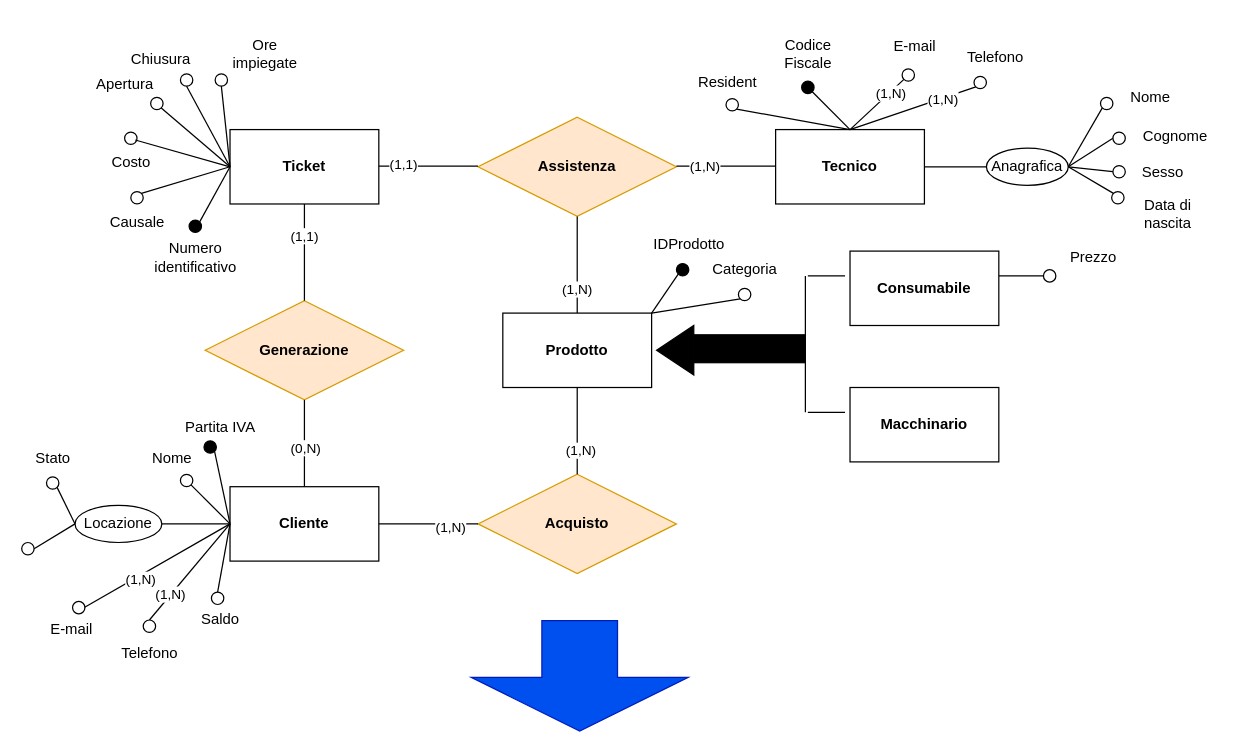
fedeStaffo/Progetto_Basi_di_dati keeps this draw.io diagram as Diagrammi/generalizzazione1.drawio. Above is the earlier version. Source tidied: cells renumbered, new cells numbered last; positions are measured from the earlier drawing's top-left corner, leaving out a move shared by most shapes. Both pictures are drawn from the tidied source at 124%, with x=0, y=0 at pixel (21, 27).
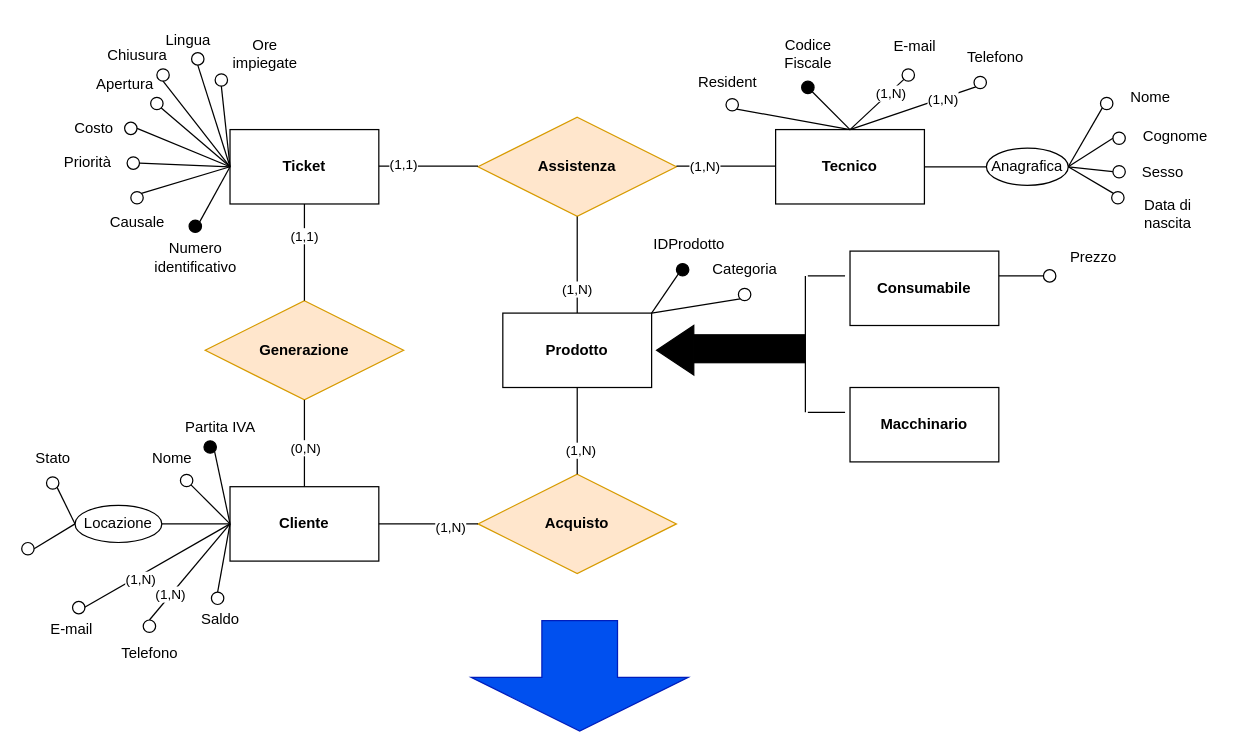
After the change.

The change refers to these unchanged cells:
```xml
<mxCell id="3" value="&lt;b&gt;Ticket&lt;/b&gt;" style="rounded=0;whiteSpace=wrap;html=1;" parent="1" vertex="1">
  <mxGeometry x="168" y="82" width="120" height="60" as="geometry" />
</mxCell>
```

Change to the diagram source:
```diff
@@
     <mxCell id="97" value="Chiusura" style="text;html=1;align=center;verticalAlign=middle;strokeColor=none;fillColor=none;" parent="1" vertex="1">
-      <mxGeometry x="79" y="12.5" width="66" height="26" as="geometry" />
+      <mxGeometry x="60" y="8.5" width="66" height="26" as="geometry" />
     </mxCell>
@@
     <mxCell id="99" style="ellipse;whiteSpace=wrap;html=1;" parent="1" vertex="1">
-      <mxGeometry x="83" y="84" width="10" height="10" as="geometry" />
+      <mxGeometry x="83" y="76" width="10" height="10" as="geometry" />
     </mxCell>
     <mxCell id="100" value="Costo" style="text;html=1;align=center;verticalAlign=middle;points=[];strokeColor=none;fillColor=none;" parent="1" vertex="1">
-      <mxGeometry x="63" y="94" width="50" height="30" as="geometry" />
+      <mxGeometry x="33" y="66" width="50" height="30" as="geometry" />
     </mxCell>
     <mxCell id="101" style="ellipse;whiteSpace=wrap;html=1;" parent="1" vertex="1">
-      <mxGeometry x="128" y="37" width="10" height="10" as="geometry" />
+      <mxGeometry x="109" y="33" width="10" height="10" as="geometry" />
     </mxCell>
@@
-    <mxCell id="105" style="endArrow=none;html=1;rounded=0;exitX=0;exitY=0.5;exitDx=0;exitDy=0;entryX=0.572;entryY=-0.12;entryDx=0;entryDy=0;entryPerimeter=0;" parent="1" edge="1" source="3" target="100">
-      <mxGeometry relative="1" as="geometry" />
-    </mxCell>
@@
+    <mxCell id="110" style="ellipse;whiteSpace=wrap;html=1;" parent="1" vertex="1">
+      <mxGeometry x="85" y="104" width="10" height="10" as="geometry" />
+    </mxCell>
+    <mxCell id="111" value="Priorità" style="text;html=1;align=center;verticalAlign=middle;strokeColor=none;fillColor=none;" parent="1" vertex="1">
+      <mxGeometry x="23" y="94" width="60" height="30" as="geometry" />
+    </mxCell>
+    <mxCell id="112" style="endArrow=none;html=1;rounded=0;exitX=1;exitY=0.5;exitDx=0;exitDy=0;entryX=0;entryY=0.5;entryDx=0;entryDy=0;" parent="1" edge="1" source="110" target="3">
+      <mxGeometry relative="1" as="geometry" />
+    </mxCell>
+    <mxCell id="113" style="endArrow=none;html=1;rounded=0;exitX=1;exitY=0.5;exitDx=0;exitDy=0;entryX=0;entryY=0.5;entryDx=0;entryDy=0;" parent="1" edge="1" source="99" target="3">
+      <mxGeometry relative="1" as="geometry" />
+    </mxCell>
+    <mxCell id="114" value="Lingua" style="text;html=1;align=center;verticalAlign=middle;strokeColor=none;fillColor=none;" parent="1" vertex="1">
+      <mxGeometry x="104" y="-5" width="60" height="30" as="geometry" />
+    </mxCell>
+    <mxCell id="115" style="ellipse;whiteSpace=wrap;html=1;" parent="1" vertex="1">
+      <mxGeometry x="137" y="20" width="10" height="10" as="geometry" />
+    </mxCell>
+    <mxCell id="116" style="endArrow=none;html=1;rounded=0;entryX=0.5;entryY=1;entryDx=0;entryDy=0;exitX=0;exitY=0.5;exitDx=0;exitDy=0;" parent="1" edge="1" source="3" target="115">
+      <mxGeometry relative="1" as="geometry" />
+    </mxCell>
```
